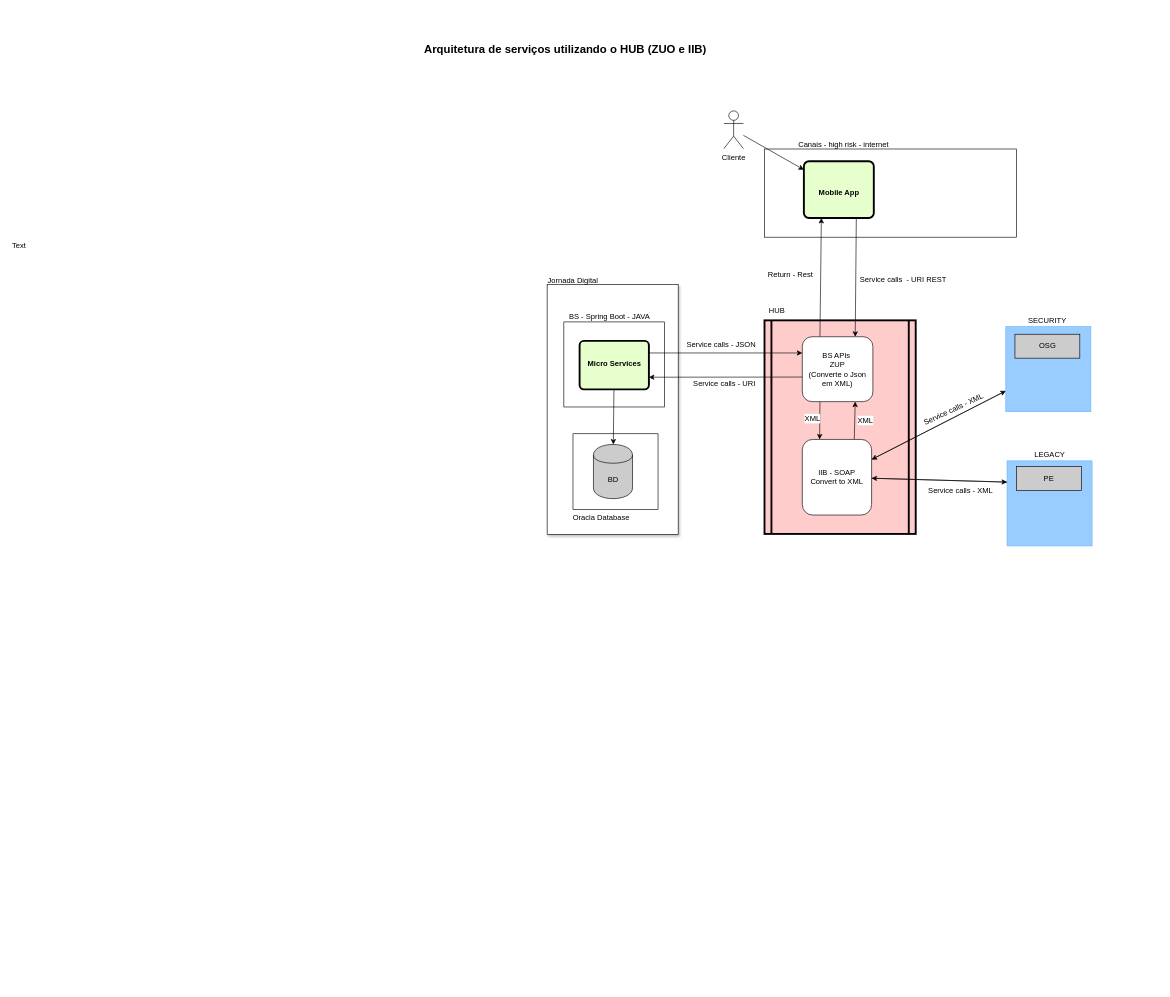
lucypbraz/Projects keeps this draw.io diagram as Untitled Diagram.drawio. Above is the earlier version. Source tidied: cells renumbered, new cells numbered last; positions are measured from the earlier drawing's top-left corner, leaving out a move shared by most shapes. Both pictures are drawn from the tidied source at 63%, with x=0, y=0 at pixel (11, 17).
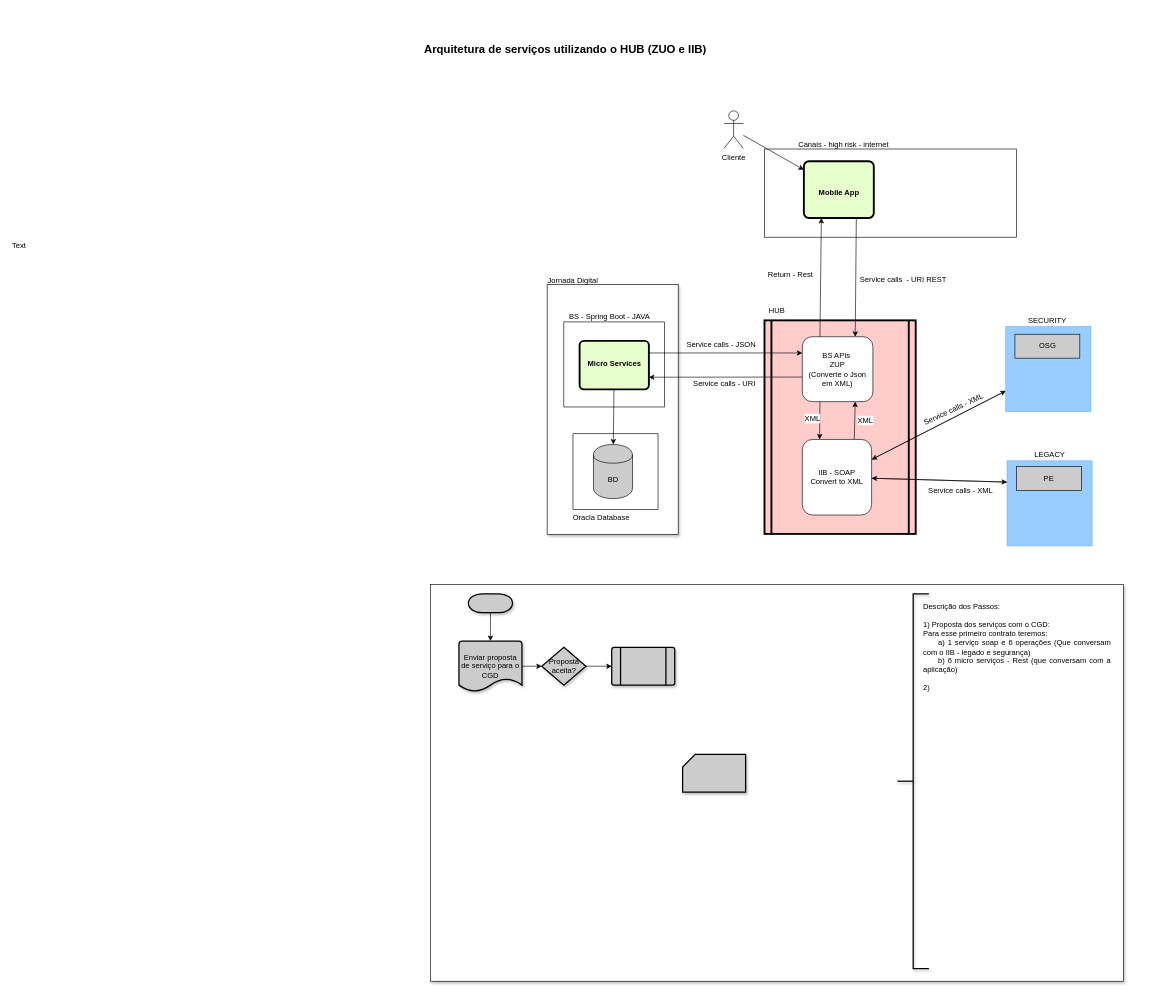
Above is the later version.

Change to the diagram source:
```diff
@@
+    <mxCell id="47" style="rounded=0;whiteSpace=wrap;html=1;shadow=1;" parent="1" vertex="1">
+      <mxGeometry x="666" y="900" width="1100" height="630" as="geometry" />
+    </mxCell>
@@
+    <mxCell id="48" value="&lt;div style=&quot;text-align: justify&quot;&gt;&lt;span&gt;Descrição dos Passos:&lt;/span&gt;&lt;/div&gt;&lt;div style=&quot;text-align: justify&quot;&gt;&lt;span style=&quot;font-size: 12px&quot;&gt;&lt;br&gt;&lt;/span&gt;&lt;/div&gt;&lt;div style=&quot;text-align: justify&quot;&gt;&lt;span&gt;1) Proposta dos serviços com o CGD:&lt;/span&gt;&lt;/div&gt;&lt;div style=&quot;text-align: justify&quot;&gt;&lt;span&gt;Para esse primeiro contrato teremos:&lt;/span&gt;&lt;/div&gt;&lt;div style=&quot;text-align: justify&quot;&gt;&lt;span&gt;&amp;nbsp; &amp;nbsp; &amp;nbsp;a) 1 serviço soap e 6 operações (Que conversam com o IIB - legado e segurança)&lt;/span&gt;&lt;/div&gt;&lt;div style=&quot;text-align: justify&quot;&gt;&lt;span&gt;&amp;nbsp; &amp;nbsp; &amp;nbsp;b) 6 micro serviços - Rest (que conversam com a aplicação)&lt;/span&gt;&lt;/div&gt;&lt;div style=&quot;text-align: justify&quot;&gt;&lt;span&gt;&lt;br&gt;&lt;/span&gt;&lt;/div&gt;&lt;div style=&quot;text-align: justify&quot;&gt;&lt;span&gt;2)&amp;nbsp;&lt;/span&gt;&lt;/div&gt;" style="text;html=1;strokeColor=none;fillColor=none;align=center;verticalAlign=middle;whiteSpace=wrap;rounded=0;shadow=1;" parent="1" vertex="1">
+      <mxGeometry x="1447" y="990" width="300" height="20" as="geometry" />
+    </mxCell>
+    <mxCell id="49" style="edgeStyle=none;rounded=0;jettySize=auto;html=1;" parent="1" edge="1" source="50" target="52">
+      <mxGeometry relative="1" as="geometry" />
+    </mxCell>
+    <mxCell id="50" style="strokeWidth=2;html=1;shape=mxgraph.flowchart.terminator;whiteSpace=wrap;shadow=1;fillColor=#CCCCCC;" parent="1" vertex="1">
+      <mxGeometry x="726" y="915" width="70" height="30" as="geometry" />
+    </mxCell>
+    <mxCell id="51" style="edgeStyle=none;rounded=0;jettySize=auto;html=1;" parent="1" edge="1" source="52" target="55">
+      <mxGeometry relative="1" as="geometry" />
+    </mxCell>
+    <mxCell id="52" value="Enviar proposta de serviço para o CGD" style="strokeWidth=2;html=1;shape=mxgraph.flowchart.document2;whiteSpace=wrap;size=0.25;shadow=1;fillColor=#CCCCCC;" parent="1" vertex="1">
+      <mxGeometry x="711" y="990" width="100" height="80" as="geometry" />
+    </mxCell>
+    <mxCell id="53" style="verticalLabelPosition=bottom;verticalAlign=top;html=1;strokeWidth=2;shape=process;whiteSpace=wrap;rounded=1;size=0.14;arcSize=6;shadow=1;fillColor=#CCCCCC;" parent="1" vertex="1">
+      <mxGeometry x="953.5" y="1000" width="100" height="60" as="geometry" />
+    </mxCell>
+    <mxCell id="54" style="edgeStyle=none;rounded=0;jettySize=auto;html=1;" parent="1" edge="1" source="55" target="53">
+      <mxGeometry relative="1" as="geometry" />
+    </mxCell>
+    <mxCell id="55" value="Proposta aceita?" style="strokeWidth=2;html=1;shape=mxgraph.flowchart.decision;whiteSpace=wrap;shadow=1;fillColor=#CCCCCC;" parent="1" vertex="1">
+      <mxGeometry x="842.5" y="1000" width="70" height="60" as="geometry" />
+    </mxCell>
+    <mxCell id="56" style="strokeWidth=2;html=1;shape=mxgraph.flowchart.annotation_2;align=left;shadow=1;fillColor=#CCCCCC;" parent="1" vertex="1">
+      <mxGeometry x="1407" y="915" width="50" height="595" as="geometry" />
+    </mxCell>
+    <mxCell id="57" style="verticalLabelPosition=bottom;verticalAlign=top;html=1;strokeWidth=2;shape=card;whiteSpace=wrap;size=20;arcSize=12;shadow=1;fillColor=#CCCCCC;" parent="1" vertex="1">
+      <mxGeometry x="1066" y="1170" width="100" height="60" as="geometry" />
+    </mxCell>
```
